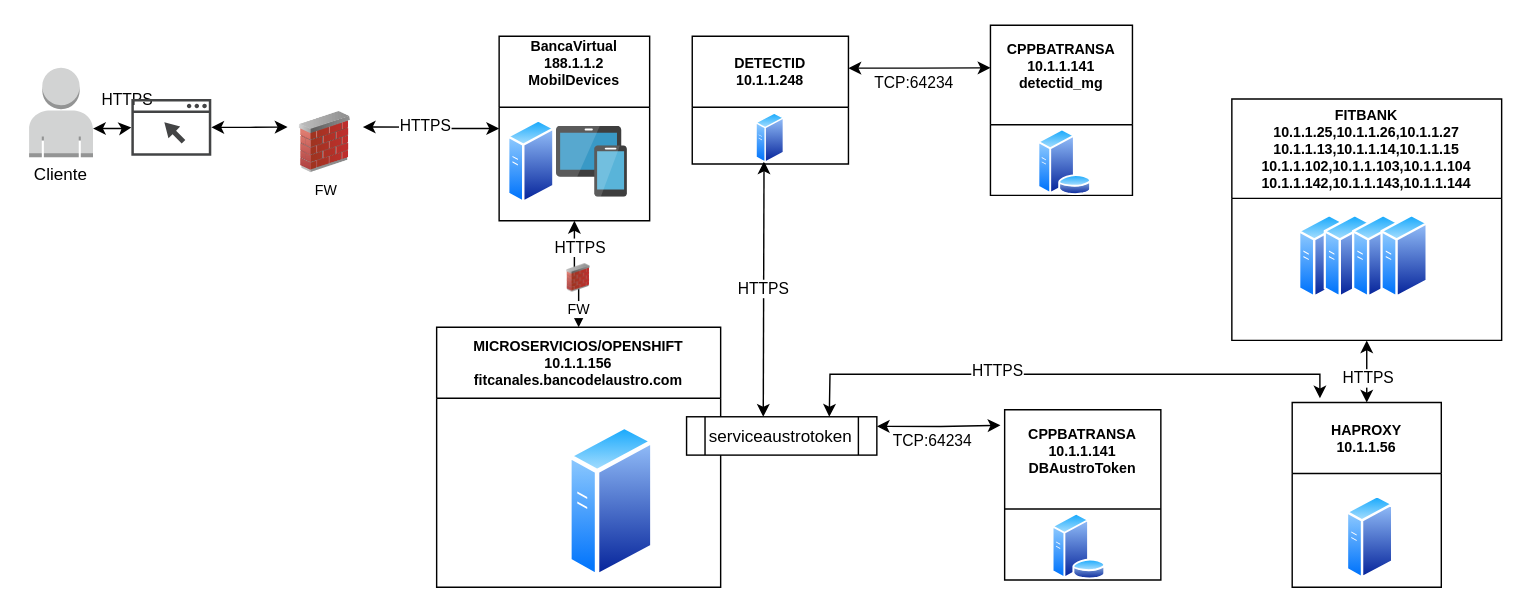
davidguillermofg/Diagrams keeps this draw.io diagram as Austrotoken.drawio. Above is the earlier version. Source tidied: cells renumbered, new cells numbered last; positions are measured from the earlier drawing's top-left corner, leaving out a move shared by most shapes. Both pictures are drawn from the tidied source at 142%, with x=0, y=0 at pixel (24, 24).
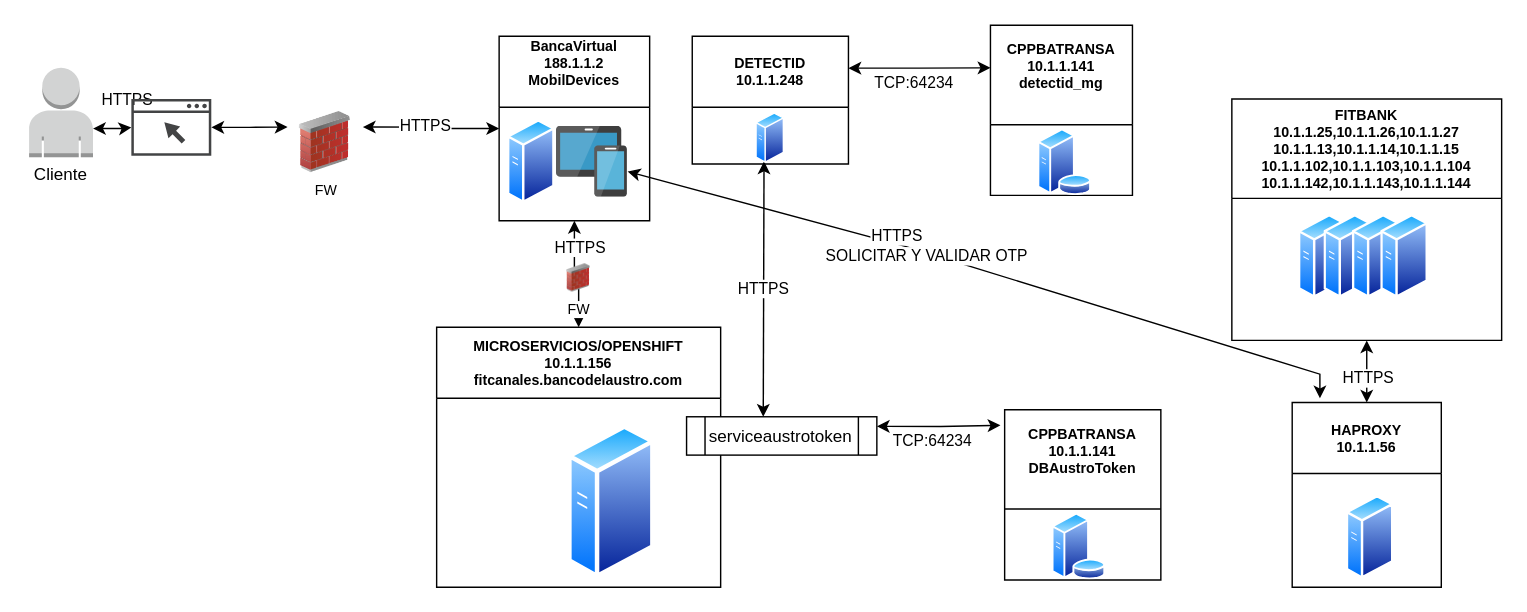
After the change.

Unchanged cells that the change refers to:
```xml
<mxCell id="18" style="image;sketch=0;html=1;points=[];align=center;fontSize=12;image=img/lib/mscae/Devices_Groups.svg;" parent="16" vertex="1">
  <mxGeometry x="40.5" y="63.5" width="50" height="50" as="geometry" />
</mxCell>
<mxCell id="19" value="serviceaustrotoken" style="shape=process;whiteSpace=wrap;html=1;backgroundOutline=1;" parent="1" vertex="1">
  <mxGeometry x="466" y="276" width="134" height="27" as="geometry" />
</mxCell>
<mxCell id="28" value="HAPROXY&#10;10.1.1.56" style="swimlane;startSize=50;fontSize=10;" parent="1" vertex="1">
  <mxGeometry x="892.5" y="266" width="105" height="130" as="geometry" />
</mxCell>
```

Change to the diagram source:
```diff
@@
-    <mxCell id="34" style="rounded=0;jettySize=auto;html=1;startArrow=classic;startFill=1;exitX=0.75;exitY=0;exitDx=0;exitDy=0;entryX=0.186;entryY=-0.023;entryDx=0;entryDy=0;entryPerimeter=0;" parent="1" edge="1" source="19" target="28">
+    <mxCell id="34" style="rounded=0;jettySize=auto;html=1;startArrow=classic;startFill=1;entryX=0.186;entryY=-0.023;entryDx=0;entryDy=0;entryPerimeter=0;" parent="1" edge="1" source="18" target="28">
       <mxGeometry relative="1" as="geometry">
         <Array as="points">
-          <mxPoint x="567" y="246" />
+          <mxPoint x="620" y="156" />
           <mxPoint x="912" y="246" />
         </Array>
       </mxGeometry>
     </mxCell>
@@
+    <mxCell id="43" value="SOLICITAR Y VALIDAR OTP" style="edgeLabel;html=1;align=center;verticalAlign=middle;" parent="34" vertex="1">
+      <mxGeometry x="-0.17" y="-2" relative="1" as="geometry" />
+    </mxCell>
```
